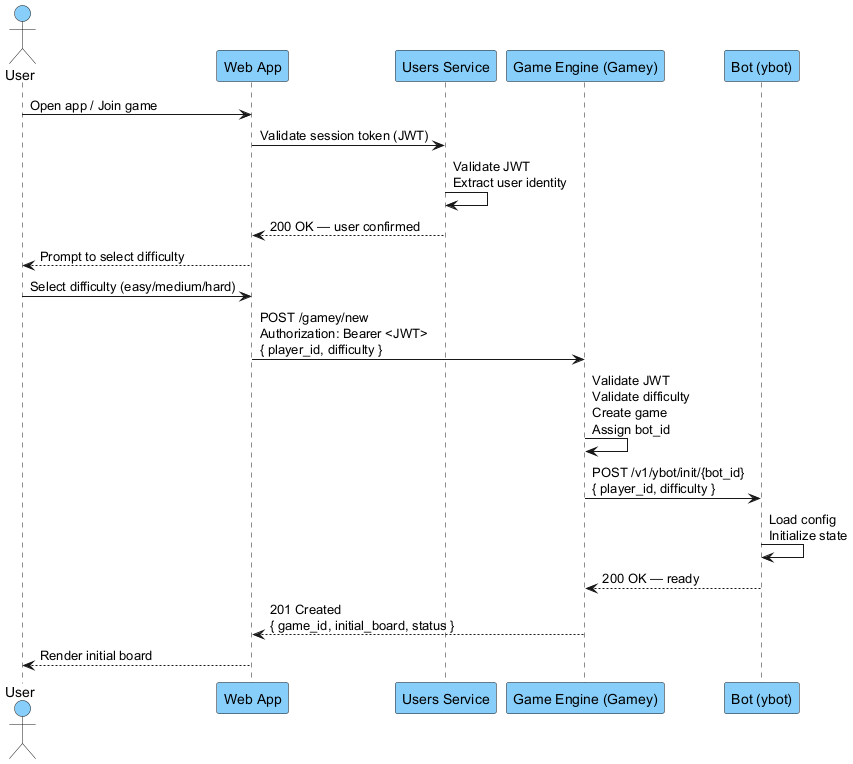
Before: images/Game Initialization Sequence with Difficulty.png, a diagram exported from PlantUML (Arquisoft/yovi_es3b).
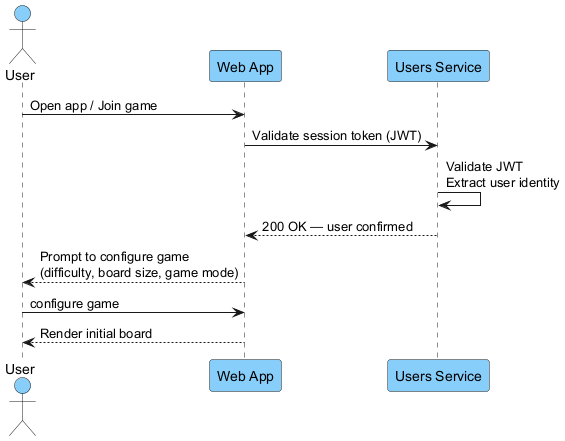
The same file after the commit.

What changed in the source:
```diff
@@ -2,8 +2,6 @@
 actor User #87CEFA
 participant "Web App" as Web #87CEFA
 participant "Users Service" as Users #87CEFA
-participant "Game Engine (Gamey)" as Gamey #87CEFA
-participant "Bot (ybot)" as Bot #87CEFA
 
 User -> Web: Open app / Join game
 
@@ -11,19 +9,8 @@
 Users -> Users: Validate JWT\nExtract user identity
 Users --> Web: 200 OK — user confirmed
 
-Web --> User: Prompt to select difficulty
-User -> Web: Select difficulty (easy/medium/hard)
-
-Web -> Gamey: POST /gamey/new\nAuthorization: Bearer <JWT>\n{ player_id, difficulty }
-
-Gamey -> Gamey: Validate JWT\nValidate difficulty\nCreate game\nAssign bot_id
-
-Gamey -> Bot: POST /v1/ybot/init/{bot_id}\n{ player_id, difficulty }
-
-Bot -> Bot: Load config\nInitialize state
-Bot --> Gamey: 200 OK — ready
-
-Gamey --> Web: 201 Created\n{ game_id, initial_board, status }
+Web --> User: Prompt to configure game\n(difficulty, board size, game mode)
+User -> Web: configure game
 
 Web --> User: Render initial board
 @enduml
```
